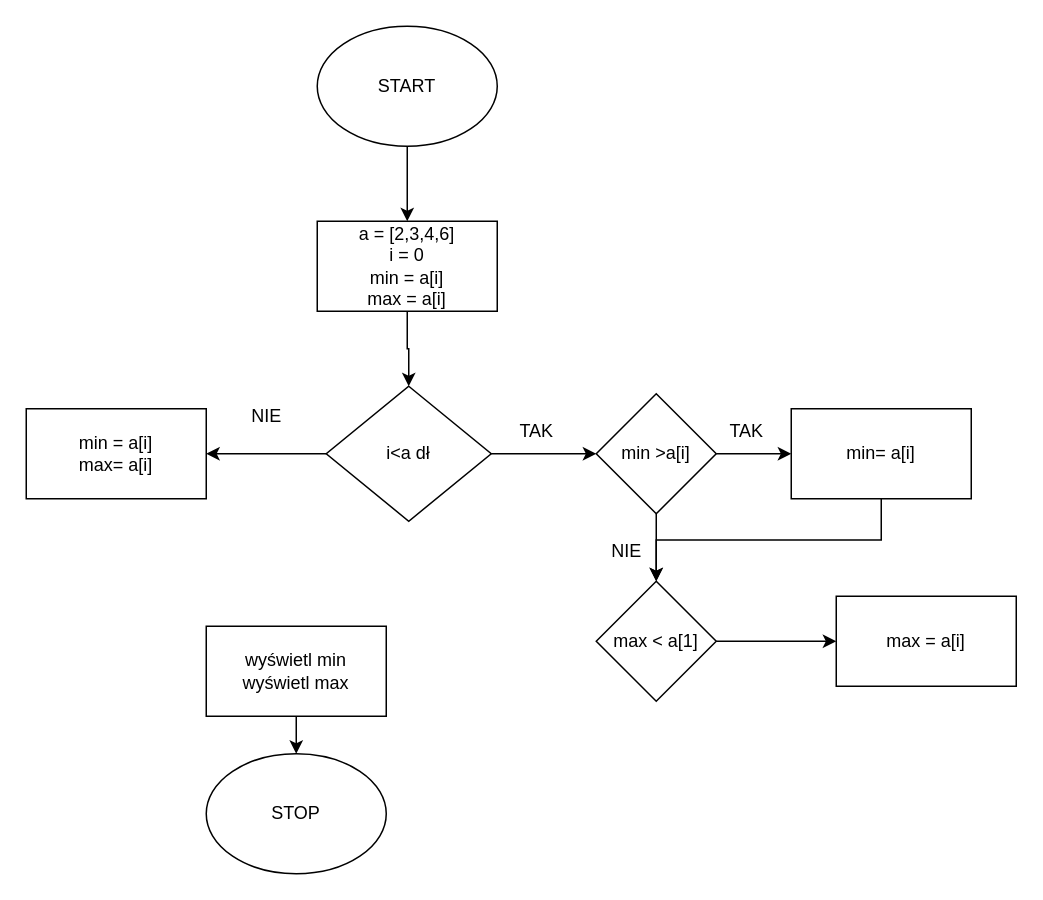
Before: min_max.drawio in PiotrMoksik/Algorytmy, a draw.io diagram. Source tidied: cells renumbered, new cells numbered last; positions are measured from the earlier drawing's top-left corner, leaving out a move shared by most shapes. Both pictures are drawn from the tidied source at 150%, with x=0, y=0 at pixel (26, 26).
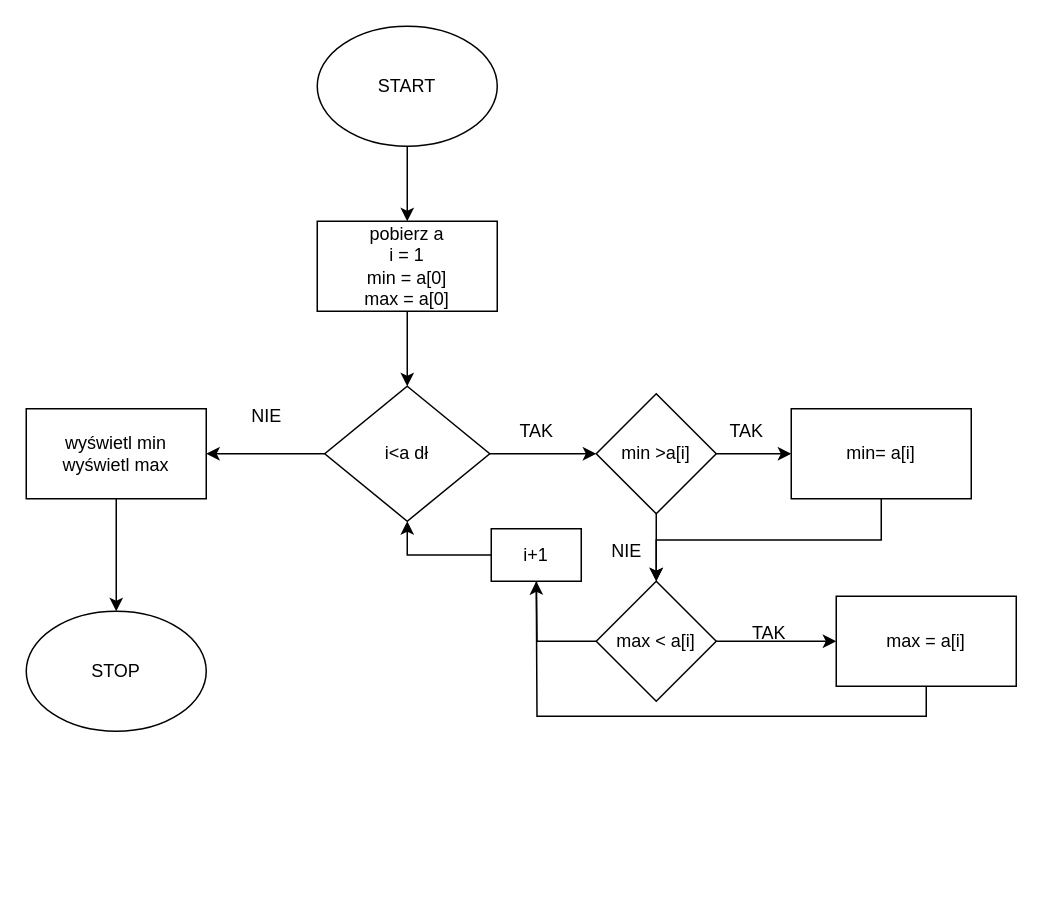
Above is the later version.

Unchanged cells that the change refers to:
```xml
<mxCell id="22" value="max = a[i]" style="rounded=0;whiteSpace=wrap;html=1;" parent="1" vertex="1">
  <mxGeometry x="540" y="380" width="120" height="60" as="geometry" />
</mxCell>
```

The edit, as a diff of the source:
```diff
@@
-    <mxCell id="5" value="&lt;div&gt;a = [2,3,4,6]&lt;/div&gt;&lt;div&gt;i = 0&lt;br&gt;&lt;/div&gt;&lt;div&gt;min = a[i]&lt;br&gt;&lt;/div&gt;&lt;div&gt;max = a[i]&lt;br&gt;&lt;/div&gt;" style="rounded=0;whiteSpace=wrap;html=1;" parent="1" vertex="1">
+    <mxCell id="5" value="&lt;div&gt;&lt;span style=&quot;background-color: initial;&quot;&gt;pobierz a&lt;/span&gt;&lt;/div&gt;&lt;div&gt;&lt;span style=&quot;background-color: initial;&quot;&gt;i = 1&lt;/span&gt;&lt;br&gt;&lt;/div&gt;&lt;div&gt;min = a[0]&lt;br&gt;&lt;/div&gt;&lt;div&gt;max = a[0]&lt;br&gt;&lt;/div&gt;" style="rounded=0;whiteSpace=wrap;html=1;" parent="1" vertex="1">
       <mxGeometry x="194" y="130" width="120" height="60" as="geometry" />
     </mxCell>
@@
     <mxCell id="8" value="i&amp;lt;a dł" style="rhombus;whiteSpace=wrap;html=1;" parent="1" vertex="1">
-      <mxGeometry x="200" y="240" width="110" height="90" as="geometry" />
+      <mxGeometry x="199" y="240" width="110" height="90" as="geometry" />
     </mxCell>
@@
     <mxCell id="11" value="&lt;div&gt;wyświetl min &lt;br&gt;&lt;/div&gt;&lt;div&gt;wyświetl max&lt;br&gt;&lt;/div&gt;" style="rounded=0;whiteSpace=wrap;html=1;" parent="1" vertex="1">
-      <mxGeometry x="120" y="400" width="120" height="60" as="geometry" />
+      <mxGeometry y="255" width="120" height="60" as="geometry" />
     </mxCell>
     <mxCell id="12" value="STOP" style="ellipse;whiteSpace=wrap;html=1;" parent="1" vertex="1">
-      <mxGeometry x="120" y="485" width="120" height="80" as="geometry" />
+      <mxGeometry y="390" width="120" height="80" as="geometry" />
     </mxCell>
@@
+    <mxCell id="25" style="edgeStyle=orthogonalEdgeStyle;rounded=0;jettySize=auto;html=1;exitX=0;exitY=0.5;exitDx=0;exitDy=0;" parent="1" edge="1" source="20">
+      <mxGeometry relative="1" as="geometry">
+        <mxPoint x="340" y="360" as="targetPoint" />
+      </mxGeometry>
+    </mxCell>
-    <mxCell id="20" value="max &amp;lt; a[1]" style="rhombus;whiteSpace=wrap;html=1;" parent="1" vertex="1">
+    <mxCell id="20" value="max &amp;lt; a[i]" style="rhombus;whiteSpace=wrap;html=1;" parent="1" vertex="1">
       <mxGeometry x="380" y="370" width="80" height="80" as="geometry" />
     </mxCell>
@@
+    <mxCell id="26" style="edgeStyle=orthogonalEdgeStyle;rounded=0;jettySize=auto;html=1;exitX=0.5;exitY=1;exitDx=0;exitDy=0;" parent="1" edge="1" source="22">
+      <mxGeometry relative="1" as="geometry">
+        <mxPoint x="340" y="370" as="targetPoint" />
+      </mxGeometry>
+    </mxCell>
@@
-    <mxCell id="24" value="&lt;div&gt;min = a[i]&lt;/div&gt;&lt;div&gt;max= a[i]&lt;br&gt;&lt;/div&gt;" style="rounded=0;whiteSpace=wrap;html=1;" parent="1" vertex="1">
-      <mxGeometry y="255" width="120" height="60" as="geometry" />
-    </mxCell>
+    <mxCell id="27" value="TAK" style="text;html=1;align=center;verticalAlign=middle;strokeColor=none;fillColor=none;" parent="1" vertex="1">
+      <mxGeometry x="470" y="390" width="50" height="30" as="geometry" />
+    </mxCell>
+    <mxCell id="28" style="edgeStyle=orthogonalEdgeStyle;rounded=0;orthogonalLoop=1;jettySize=auto;html=1;exitX=0.5;exitY=0;exitDx=0;exitDy=0;entryX=0.5;entryY=0;entryDx=0;entryDy=0;" parent="1" edge="1" source="30" target="30">
+      <mxGeometry relative="1" as="geometry" />
+    </mxCell>
+    <mxCell id="29" style="edgeStyle=orthogonalEdgeStyle;rounded=0;jettySize=auto;html=1;exitX=0;exitY=0.5;exitDx=0;exitDy=0;entryX=0.5;entryY=1;entryDx=0;entryDy=0;" parent="1" edge="1" source="30" target="8">
+      <mxGeometry relative="1" as="geometry" />
+    </mxCell>
+    <mxCell id="30" value="i+1" style="rounded=0;whiteSpace=wrap;html=1;" parent="1" vertex="1">
+      <mxGeometry x="310" y="335" width="60" height="35" as="geometry" />
+    </mxCell>
```
